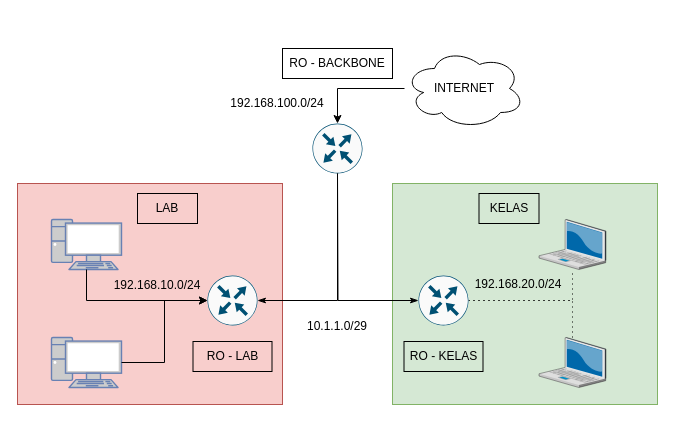
The draw.io diagram OJM Topology.drawio in Mirekan/dump-drawio, before the edit. Source tidied: cells renumbered, new cells numbered last; positions are measured from the earlier drawing's top-left corner, leaving out a move shared by most shapes. Both pictures are drawn from the tidied source at 100%, with x=0, y=0 at pixel (17, 48).
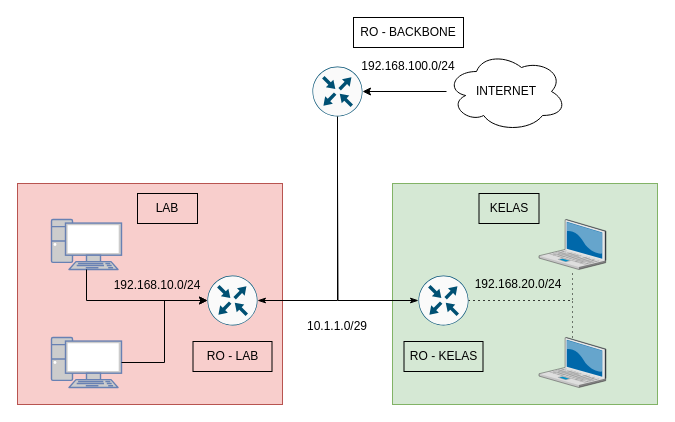
Above is the later version.

Diff of the diagram source:
```diff
@@
-<mxGraphModel>
+<mxGraphModel background="#ffffff">
@@
     <mxCell id="4" style="sketch=0;points=[[0.5,0,0],[1,0.5,0],[0.5,1,0],[0,0.5,0],[0.145,0.145,0],[0.8555,0.145,0],[0.855,0.8555,0],[0.145,0.855,0]];verticalLabelPosition=bottom;html=1;verticalAlign=top;align=center;shape=mxgraph.cisco19.rect;prIcon=router;fillColor=#FAFAFA;strokeColor=#005073;" parent="1" vertex="1">
-      <mxGeometry x="295" y="75" width="50" height="50" as="geometry" />
+      <mxGeometry x="295" y="18" width="50" height="50" as="geometry" />
     </mxCell>
@@
     <mxCell id="22" value="RO - BACKBONE" style="text;html=1;align=center;verticalAlign=middle;whiteSpace=wrap;rounded=0;strokeColor=default;" parent="1" vertex="1">
-      <mxGeometry x="265" width="110" height="30" as="geometry" />
+      <mxGeometry x="336" y="-31" width="110" height="30" as="geometry" />
     </mxCell>
@@
     <mxCell id="25" value="INTERNET" style="ellipse;shape=cloud;whiteSpace=wrap;html=1;" parent="1" vertex="1">
-      <mxGeometry x="387" width="120" height="80" as="geometry" />
+      <mxGeometry x="429" y="3" width="120" height="80" as="geometry" />
     </mxCell>
+    <mxCell id="27" value="192.168.100.0/24" style="text;html=1;align=center;verticalAlign=middle;whiteSpace=wrap;rounded=0;strokeColor=none;" parent="1" vertex="1">
+      <mxGeometry x="361" y="3" width="60" height="30" as="geometry" />
+    </mxCell>
-    <mxCell id="26" style="edgeStyle=orthogonalEdgeStyle;rounded=0;jettySize=auto;html=1;entryX=0.5;entryY=0;entryDx=0;entryDy=0;entryPerimeter=0;" parent="1" edge="1" source="25" target="4">
+    <mxCell id="26" style="edgeStyle=orthogonalEdgeStyle;rounded=0;jettySize=auto;html=1;entryX=1;entryY=0.5;entryDx=0;entryDy=0;entryPerimeter=0;" parent="1" edge="1" source="25" target="4">
       <mxGeometry relative="1" as="geometry" />
     </mxCell>
-    <mxCell id="27" value="192.168.100.0/24" style="text;html=1;align=center;verticalAlign=middle;whiteSpace=wrap;rounded=0;strokeColor=none;" parent="1" vertex="1">
-      <mxGeometry x="230" y="40" width="60" height="30" as="geometry" />
-    </mxCell>
```
